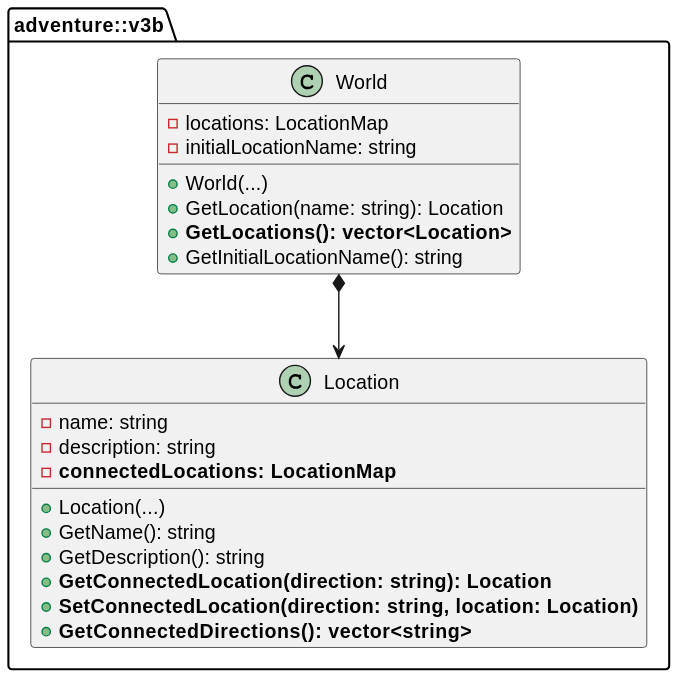
The PlantUML diagram Notebooks/Folien/Woche-2/img/adventure-v3b-overview.svg in Coding-Academy-Munich/embedded-cpp-de, before a commit. Source of this version:
```plantuml
@startuml
namespace adventure::v3b {
    class Location {
        -name: string
        -description: string
        -<b>connectedLocations: LocationMap</b>
        +Location(...)
        +GetName(): string
        +GetDescription(): string
        +<b>GetConnectedLocation(direction: string): Location</b>
        +<b>SetConnectedLocation(direction: string, location: Location)</b>
        +<b>GetConnectedDirections(): vector<string></b>
    }

    class World {
        -locations: LocationMap
        -initialLocationName: string
        +World(...)
        +GetLocation(name: string): Location
        +<b>GetLocations(): vector<Location></b>
        +GetInitialLocationName(): string
    }

    World *--> Location
}
@enduml
```
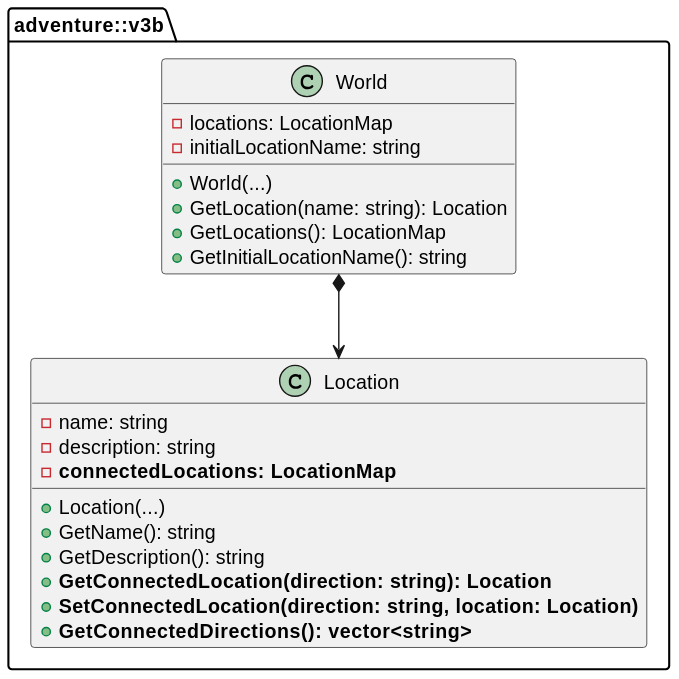
After the commit.

What changed in the source:
```diff
@@ -17,7 +17,7 @@
         -initialLocationName: string
         +World(...)
         +GetLocation(name: string): Location
-        +<b>GetLocations(): vector<Location></b>
+        +GetLocations(): LocationMap
         +GetInitialLocationName(): string
     }
 
```
